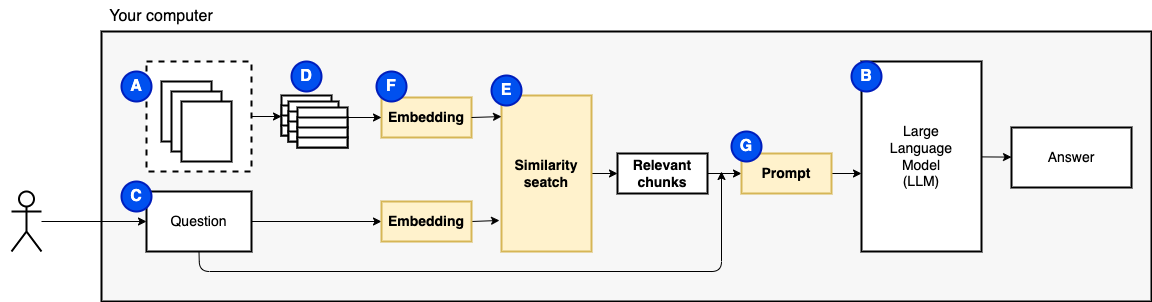
This is pics/solution-part2-similarity search.drawio.png from fau-masters-collected-works-cgarbin/gpt-all-local, a draw.io export, as it was before one commit. Source tidied: cells renumbered, new cells last; positions are measured from the earlier drawing's top-left corner, leaving out a move shared by most shapes.
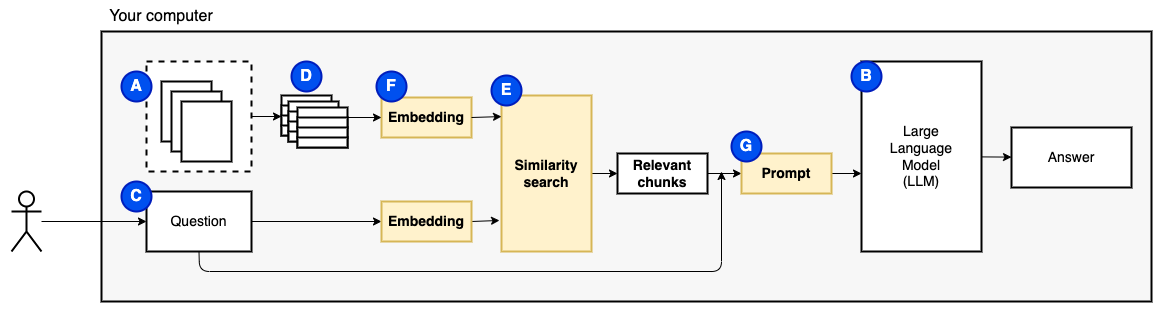
The same file after the commit.

Change to the diagram source:
```diff
@@ -3,7 +3,7 @@
     <mxCell id="0" />
     <mxCell id="1" parent="0" />
     <mxCell id="2" style="rounded=0;whiteSpace=wrap;html=1;strokeWidth=2;fontSize=16;fillColor=#FFFFFF;strokeColor=none;" parent="1" vertex="1">
-      <mxGeometry width="600" height="290" as="geometry" />
+      <mxGeometry width="1160" height="320" as="geometry" />
     </mxCell>
     <mxCell id="3" style="rounded=0;whiteSpace=wrap;html=1;strokeWidth=2;fontSize=16;fillColor=#F7F7F7;" parent="1" vertex="1">
       <mxGeometry x="100" y="30" width="1050" height="270" as="geometry" />
@@ -118,7 +118,7 @@
     <mxCell id="38" style="edgeStyle=none;html=1;" parent="1" edge="1" source="39" target="41">
       <mxGeometry relative="1" as="geometry" />
     </mxCell>
-    <mxCell id="39" value="Similarity seatch" style="rounded=0;whiteSpace=wrap;html=1;fontSize=14;strokeWidth=2;fillColor=#fff2cc;strokeColor=#d6b656;fontStyle=1;" parent="1" vertex="1">
+    <mxCell id="39" value="Similarity search" style="rounded=0;whiteSpace=wrap;html=1;fontSize=14;strokeWidth=2;fillColor=#fff2cc;strokeColor=#d6b656;fontStyle=1;" parent="1" vertex="1">
       <mxGeometry x="500" y="94" width="90" height="156" as="geometry" />
     </mxCell>
     <mxCell id="40" style="edgeStyle=none;html=1;" parent="1" edge="1" source="41" target="45">
```
